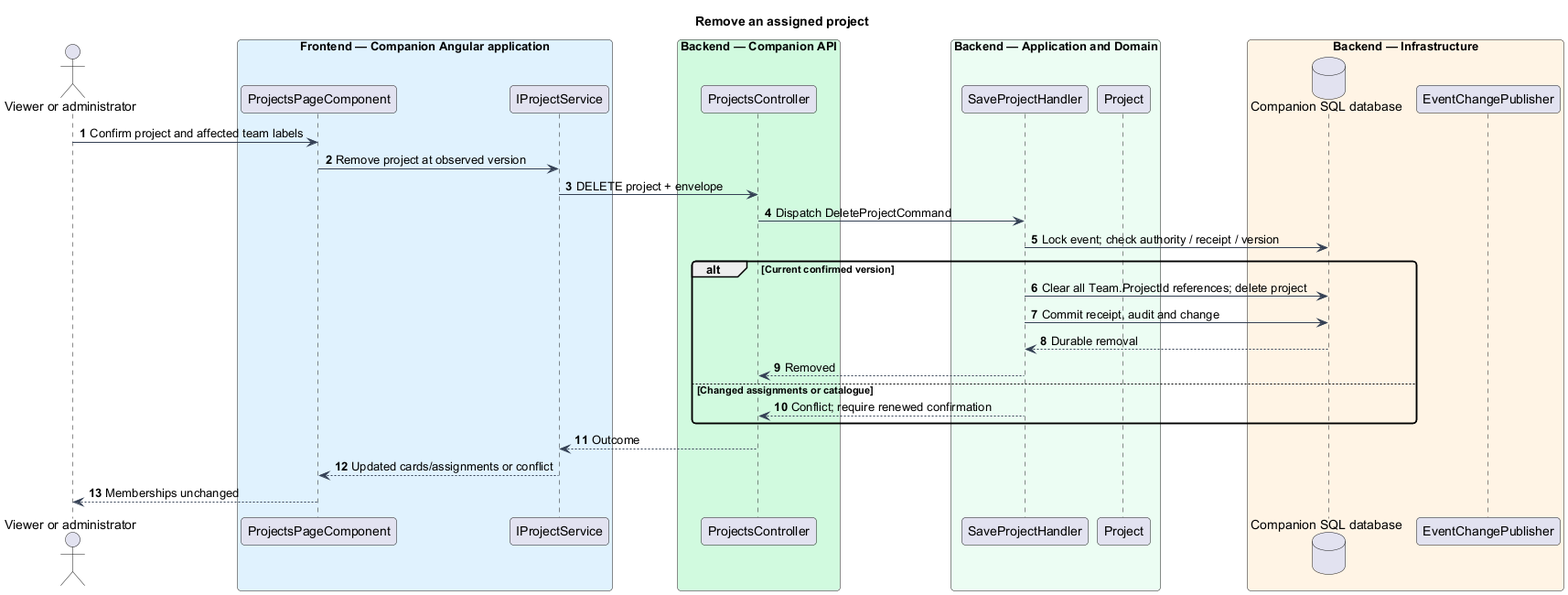
Above: docs/detailed-designs/projects-teams/maintain-projects/diagrams/sequence-delete.png in QuinntyneBrown/faithtech-toronto-ai-build-event (PlantUML), before the change. The source it was exported from:
```plantuml
@startuml
skinparam backgroundColor #FFFFFF
skinparam shadowing false
skinparam defaultFontName Arial
skinparam ArrowColor #344054
skinparam roundcorner 8
autonumber
title Remove an assigned project
actor "Viewer or administrator" as actor
box "Frontend — Companion Angular application" #E0F2FE
participant "ProjectsPageComponent" as page
participant "IProjectService" as client
end box
box "Backend — Companion API" #D1FADF
participant "ProjectsController" as controller
end box
box "Backend — Application and Domain" #ECFDF3
participant "SaveProjectHandler" as handler
participant "Project" as entity
end box
box "Backend — Infrastructure" #FFF4E5
database "Companion SQL database" as db
participant "EventChangePublisher" as push
end box
actor -> page : Confirm project and affected team labels
page -> client : Remove project at observed version
client -> controller : DELETE project + envelope
controller -> handler : Dispatch DeleteProjectCommand
handler -> db : Lock event; check authority / receipt / version
alt Current confirmed version
 handler -> db : Clear all Team.ProjectId references; delete project
 handler -> db : Commit receipt, audit and change
 db --> handler : Durable removal
 handler --> controller : Removed
else Changed assignments or catalogue
 handler --> controller : Conflict; require renewed confirmation
end
controller --> client : Outcome
client --> page : Updated cards/assignments or conflict
page --> actor : Memberships unchanged
@enduml
```
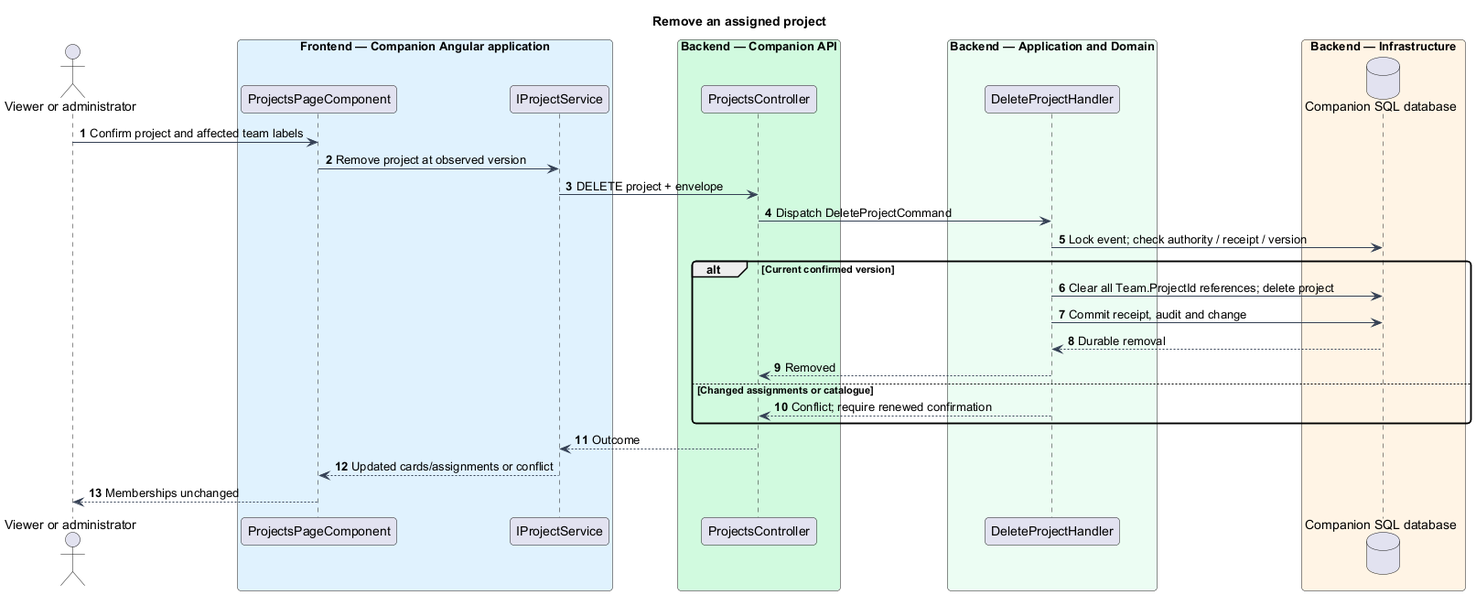
Above is the later version.

The edit, as a diff of the source:
```diff
@@ -15,12 +15,10 @@
 participant "ProjectsController" as controller
 end box
 box "Backend — Application and Domain" #ECFDF3
-participant "SaveProjectHandler" as handler
-participant "Project" as entity
+participant "DeleteProjectHandler" as handler
 end box
 box "Backend — Infrastructure" #FFF4E5
 database "Companion SQL database" as db
-participant "EventChangePublisher" as push
 end box
 actor -> page : Confirm project and affected team labels
 page -> client : Remove project at observed version
```
